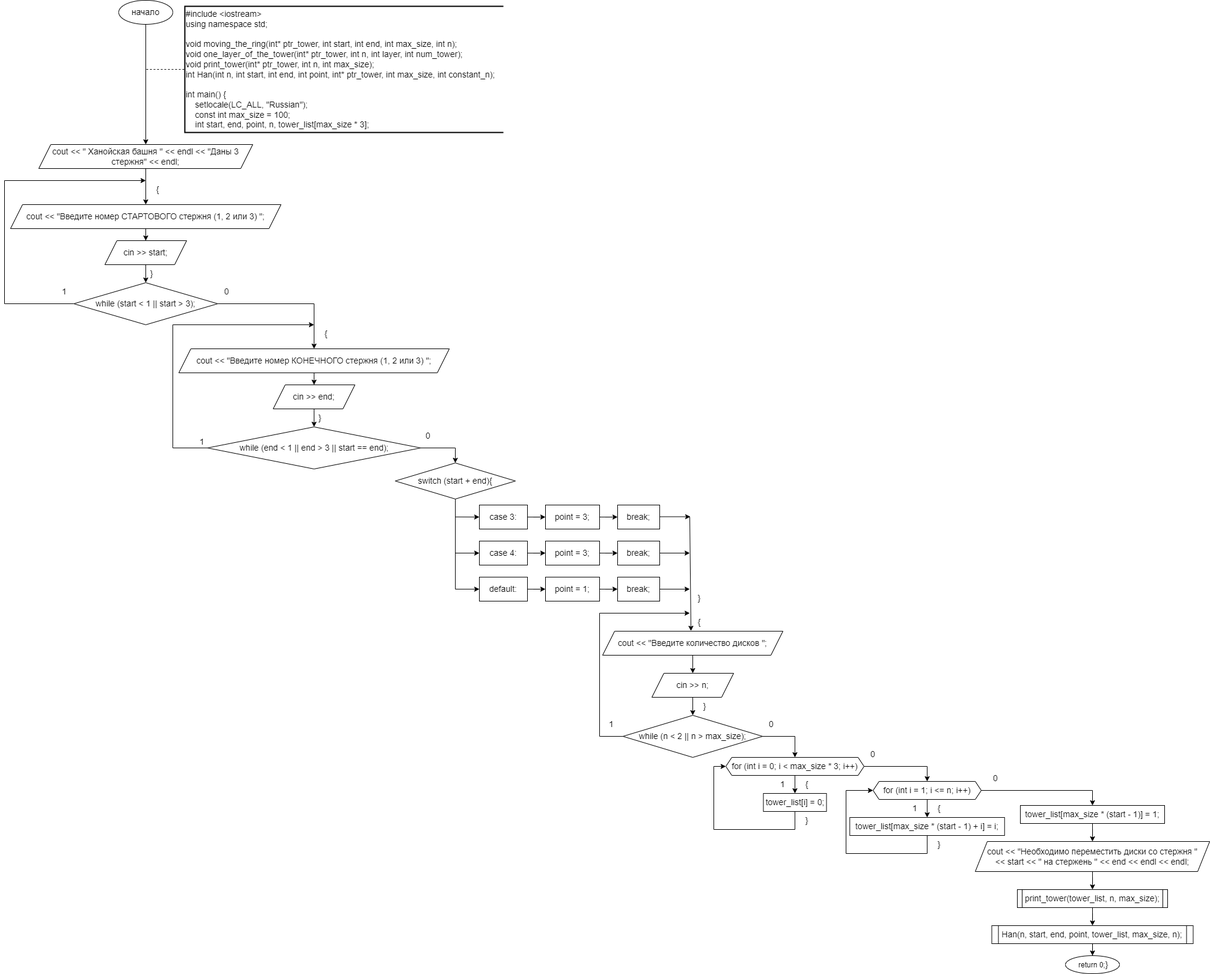
Earlier version of the draw.io export Ханойская башня - блок схема.drawio.png (SonyAkb/laboratory-work-recursion). Source tidied: cells renumbered, new cells last; positions are measured from the earlier drawing's top-left corner, leaving out a move shared by most shapes.
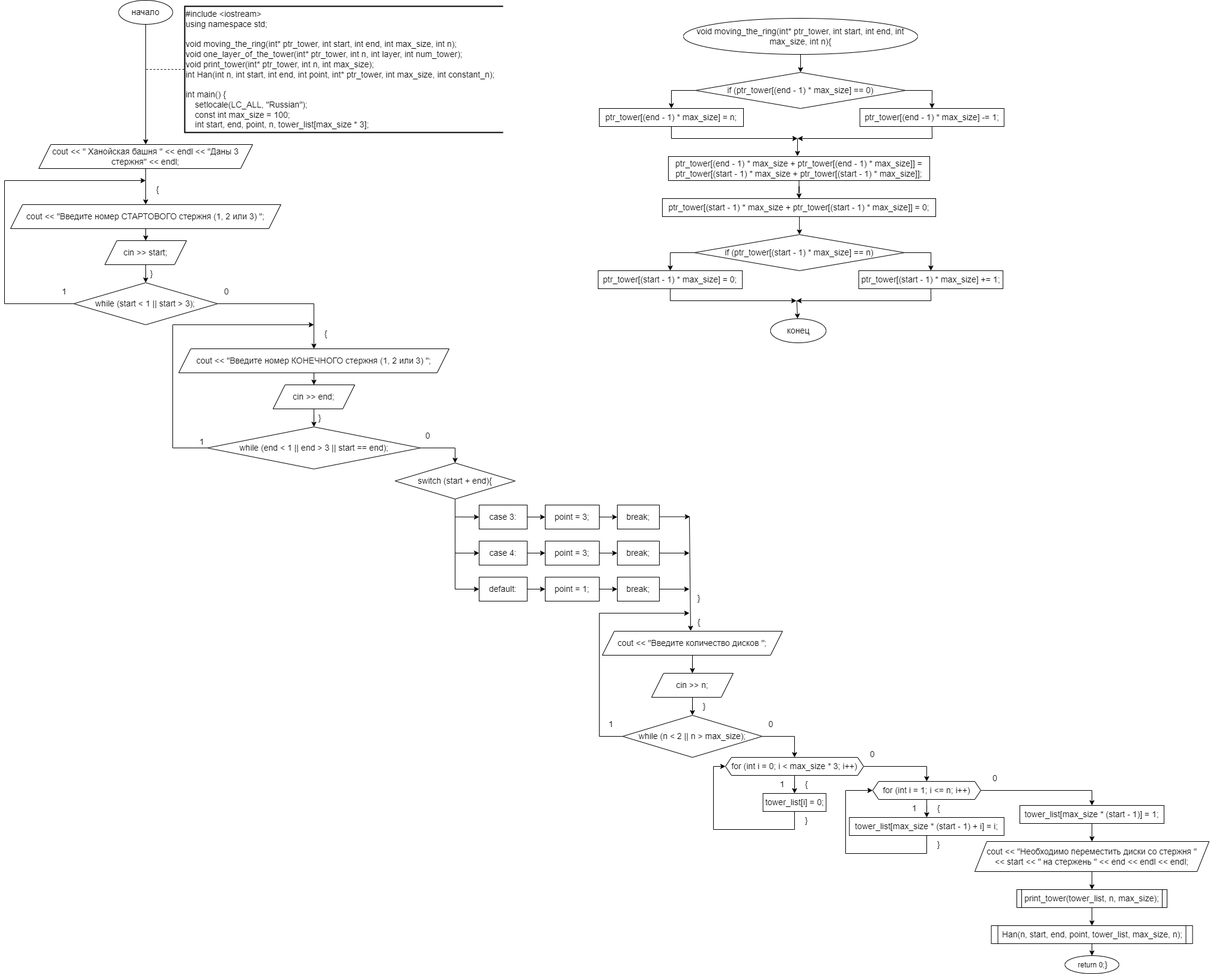
After the commit.

What changed in the source:
```diff
@@ -329,5 +329,117 @@
     <mxCell id="91" value="&lt;div&gt;&amp;nbsp;return 0;&lt;span style=&quot;font-size: 14px; background-color: initial;&quot;&gt;}&lt;/span&gt;&lt;/div&gt;" style="ellipse;whiteSpace=wrap;html=1;" parent="1" vertex="1">
       <mxGeometry x="1765" y="1590" width="90" height="30" as="geometry" />
     </mxCell>
+    <mxCell id="92" style="edgeStyle=orthogonalEdgeStyle;rounded=0;jettySize=auto;html=1;entryX=0.5;entryY=0;entryDx=0;entryDy=0;" parent="1" edge="1" source="93" target="94">
+      <mxGeometry relative="1" as="geometry" />
+    </mxCell>
+    <mxCell id="93" value="&lt;font style=&quot;font-size: 14px;&quot;&gt;void moving_the_ring(int* ptr_tower, int start, int end, int max_size, int n){&lt;/font&gt;" style="ellipse;whiteSpace=wrap;html=1;" parent="1" vertex="1">
+      <mxGeometry x="1130" y="30" width="390" height="60" as="geometry" />
+    </mxCell>
+    <mxCell id="94" value="&lt;font style=&quot;font-size: 14px;&quot;&gt;if (ptr_tower[(end - 1) * max_size] == 0)&lt;/font&gt;" style="rhombus;whiteSpace=wrap;html=1;" parent="1" vertex="1">
+      <mxGeometry x="1150" y="120" width="350" height="60" as="geometry" />
+    </mxCell>
+    <mxCell id="95" value="&lt;font style=&quot;font-size: 14px;&quot;&gt;ptr_tower[(end - 1) * max_size] = n;&lt;/font&gt;" style="rounded=0;whiteSpace=wrap;html=1;" parent="1" vertex="1">
+      <mxGeometry x="990" y="180" width="240" height="30" as="geometry" />
+    </mxCell>
+    <mxCell id="96" style="endArrow=classic;html=1;rounded=0;exitX=0;exitY=0.5;exitDx=0;exitDy=0;entryX=0.5;entryY=0;entryDx=0;entryDy=0;" parent="1" edge="1" source="94" target="95">
+      <mxGeometry relative="1" as="geometry">
+        <Array as="points">
+          <mxPoint x="1110" y="150" />
+        </Array>
+      </mxGeometry>
+    </mxCell>
+    <mxCell id="97" value="&lt;font style=&quot;font-size: 14px;&quot;&gt;ptr_tower[(end - 1) * max_size] -= 1;&lt;/font&gt;" style="rounded=0;whiteSpace=wrap;html=1;" parent="1" vertex="1">
+      <mxGeometry x="1423.7" y="180" width="240" height="30" as="geometry" />
+    </mxCell>
+    <mxCell id="98" style="endArrow=classic;html=1;rounded=0;exitX=1;exitY=0.5;exitDx=0;exitDy=0;entryX=0.5;entryY=0;entryDx=0;entryDy=0;" parent="1" edge="1" source="94" target="97">
+      <mxGeometry relative="1" as="geometry">
+        <Array as="points">
+          <mxPoint x="1544" y="150" />
+        </Array>
+      </mxGeometry>
+    </mxCell>
+    <mxCell id="99" style="edgeStyle=orthogonalEdgeStyle;rounded=0;jettySize=auto;html=1;entryX=0.5;entryY=0;entryDx=0;entryDy=0;" parent="1" edge="1" source="100" target="105">
+      <mxGeometry relative="1" as="geometry" />
+    </mxCell>
+    <mxCell id="100" value="&lt;font style=&quot;font-size: 14px;&quot;&gt;ptr_tower[(end - 1) * max_size + ptr_tower[(end - 1) * max_size]] = ptr_tower[(start - 1) * max_size + ptr_tower[(start - 1) * max_size]];&lt;/font&gt;" style="rounded=0;whiteSpace=wrap;html=1;" parent="1" vertex="1">
+      <mxGeometry x="1105" y="260" width="435" height="40" as="geometry" />
+    </mxCell>
+    <mxCell id="101" style="endArrow=classic;html=1;rounded=0;exitX=0.5;exitY=1;exitDx=0;exitDy=0;" parent="1" edge="1" source="95">
+      <mxGeometry relative="1" as="geometry">
+        <mxPoint x="1320" y="230" as="targetPoint" />
+        <Array as="points">
+          <mxPoint x="1110" y="230" />
+        </Array>
+      </mxGeometry>
+    </mxCell>
+    <mxCell id="102" style="endArrow=classic;html=1;rounded=0;exitX=0.5;exitY=1;exitDx=0;exitDy=0;" parent="1" edge="1" source="97">
+      <mxGeometry relative="1" as="geometry">
+        <mxPoint x="1320" y="230" as="targetPoint" />
+        <Array as="points">
+          <mxPoint x="1544" y="230" />
+        </Array>
+      </mxGeometry>
+    </mxCell>
+    <mxCell id="103" style="endArrow=classic;html=1;rounded=0;entryX=0.494;entryY=-0.016;entryDx=0;entryDy=0;entryPerimeter=0;" parent="1" edge="1" target="100">
+      <mxGeometry relative="1" as="geometry">
+        <mxPoint x="1320" y="230" as="sourcePoint" />
+      </mxGeometry>
+    </mxCell>
+    <mxCell id="104" style="edgeStyle=orthogonalEdgeStyle;rounded=0;jettySize=auto;html=1;entryX=0.5;entryY=0;entryDx=0;entryDy=0;" parent="1" edge="1" target="106">
+      <mxGeometry relative="1" as="geometry">
+        <mxPoint x="1325" y="360" as="sourcePoint" />
+      </mxGeometry>
+    </mxCell>
+    <mxCell id="105" value="&lt;font style=&quot;font-size: 14px;&quot;&gt;ptr_tower[(start - 1) * max_size + ptr_tower[(start - 1) * max_size]] = 0;&lt;/font&gt;" style="rounded=0;whiteSpace=wrap;html=1;" parent="1" vertex="1">
+      <mxGeometry x="1095" y="330" width="455" height="30" as="geometry" />
+    </mxCell>
+    <mxCell id="106" value="&lt;font style=&quot;font-size: 14px;&quot;&gt;if (ptr_tower[(start - 1) * max_size] == n)&lt;/font&gt;" style="rhombus;whiteSpace=wrap;html=1;" parent="1" vertex="1">
+      <mxGeometry x="1148.1" y="390" width="350" height="60" as="geometry" />
+    </mxCell>
+    <mxCell id="107" value="&lt;font style=&quot;font-size: 14px;&quot;&gt;ptr_tower[(start - 1) * max_size] = 0;&lt;/font&gt;" style="rounded=0;whiteSpace=wrap;html=1;" parent="1" vertex="1">
+      <mxGeometry x="988.1" y="450" width="240" height="30" as="geometry" />
+    </mxCell>
+    <mxCell id="108" style="endArrow=classic;html=1;rounded=0;exitX=0;exitY=0.5;exitDx=0;exitDy=0;entryX=0.5;entryY=0;entryDx=0;entryDy=0;" parent="1" edge="1" source="106" target="107">
+      <mxGeometry relative="1" as="geometry">
+        <Array as="points">
+          <mxPoint x="1108.1" y="420" />
+        </Array>
+      </mxGeometry>
+    </mxCell>
+    <mxCell id="109" value="&lt;font style=&quot;font-size: 14px;&quot;&gt;ptr_tower[(start - 1) * max_size] += 1;&lt;/font&gt;" style="rounded=0;whiteSpace=wrap;html=1;" parent="1" vertex="1">
+      <mxGeometry x="1421.9" y="450" width="240" height="30" as="geometry" />
+    </mxCell>
+    <mxCell id="110" style="endArrow=classic;html=1;rounded=0;exitX=1;exitY=0.5;exitDx=0;exitDy=0;entryX=0.5;entryY=0;entryDx=0;entryDy=0;" parent="1" edge="1" source="106" target="109">
+      <mxGeometry relative="1" as="geometry">
+        <Array as="points">
+          <mxPoint x="1542.1" y="420" />
+        </Array>
+      </mxGeometry>
+    </mxCell>
+    <mxCell id="111" style="endArrow=classic;html=1;rounded=0;exitX=0.5;exitY=1;exitDx=0;exitDy=0;" parent="1" edge="1" source="107">
+      <mxGeometry relative="1" as="geometry">
+        <mxPoint x="1318.1" y="500" as="targetPoint" />
+        <Array as="points">
+          <mxPoint x="1108.1" y="500" />
+        </Array>
+      </mxGeometry>
+    </mxCell>
+    <mxCell id="112" style="endArrow=classic;html=1;rounded=0;exitX=0.5;exitY=1;exitDx=0;exitDy=0;" parent="1" edge="1" source="109">
+      <mxGeometry relative="1" as="geometry">
+        <mxPoint x="1318.1" y="500" as="targetPoint" />
+        <Array as="points">
+          <mxPoint x="1542.1" y="500" />
+        </Array>
+      </mxGeometry>
+    </mxCell>
+    <mxCell id="113" value="&lt;font style=&quot;font-size: 14px;&quot;&gt;конец&lt;/font&gt;" style="ellipse;whiteSpace=wrap;html=1;" parent="1" vertex="1">
+      <mxGeometry x="1275" y="530" width="92.5" height="40" as="geometry" />
+    </mxCell>
+    <mxCell id="114" style="endArrow=classic;html=1;rounded=0;entryX=0.5;entryY=0;entryDx=0;entryDy=0;" parent="1" edge="1">
+      <mxGeometry relative="1" as="geometry">
+        <mxPoint x="1318.8" y="500" as="sourcePoint" />
+        <mxPoint x="1320" y="530" as="targetPoint" />
+      </mxGeometry>
+    </mxCell>
   </root>
 </mxGraphModel>
```
